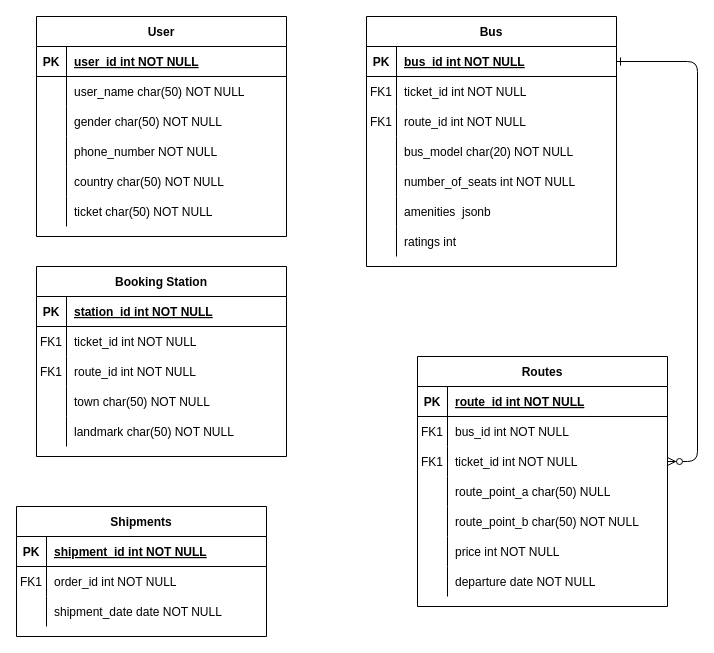
Earlier version of the draw.io diagram Untitled Diagram.drawio (SimonGideon/CODSOFT). Source tidied: cells renumbered, new cells numbered last; positions are measured from the earlier drawing's top-left corner, leaving out a move shared by most shapes. Both pictures are drawn from the tidied source at 100%, with x=0, y=0 at pixel (16, 16).
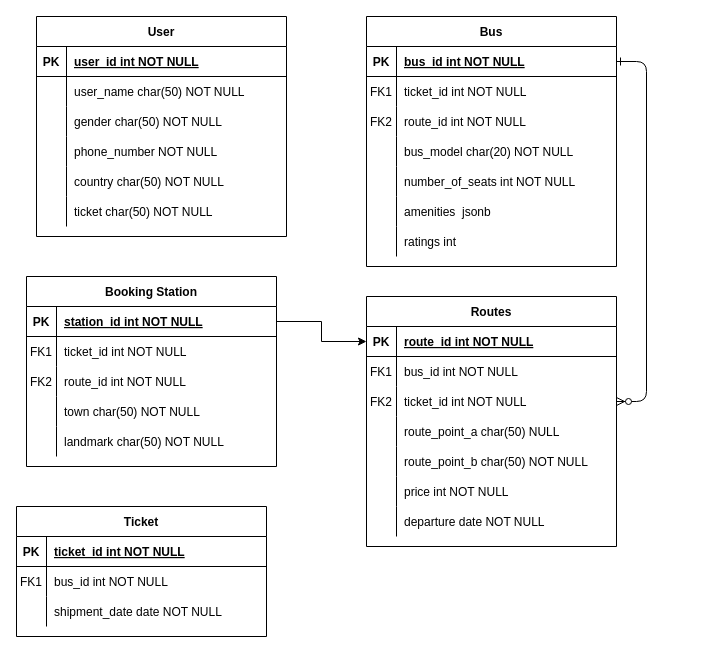
After the change.

Commit message:
Add booking station

Unchanged cells that the change refers to:
```xml
<mxCell id="10" style="shape=partialRectangle;fillColor=none;top=0;left=0;right=0;bottom=0;" parent="3" vertex="1">
  <mxGeometry y="90" width="250" height="30" as="geometry" />
</mxCell>
<mxCell id="26" style="shape=partialRectangle;fillColor=none;points=[[0,0.5],[1,0.5]];portConstraint=eastwest;top=0;left=0;right=0;bottom=1;" parent="25" vertex="1">
  <mxGeometry y="30" width="250" height="30" as="geometry" />
</mxCell>
<mxCell id="32" style="shape=partialRectangle;fillColor=none;points=[[0,0.5],[1,0.5]];portConstraint=eastwest;top=0;left=0;right=0;bottom=0;" parent="25" vertex="1">
  <mxGeometry y="90" width="250" height="30" as="geometry" />
</mxCell>
<mxCell id="67" style="shape=partialRectangle;fillColor=none;points=[[0,0.5],[1,0.5]];portConstraint=eastwest;top=0;left=0;right=0;bottom=1;" parent="66" vertex="1">
  <mxGeometry y="30" width="250" height="30" as="geometry" />
</mxCell>
<mxCell id="73" style="shape=partialRectangle;fillColor=none;top=0;left=0;right=0;bottom=0;" parent="66" vertex="1">
  <mxGeometry y="90" width="250" height="30" as="geometry" />
</mxCell>
<mxCell id="83" style="shape=partialRectangle;fillColor=none;top=0;left=0;right=0;bottom=1;" parent="82" vertex="1">
  <mxGeometry y="30" width="250" height="30" as="geometry" />
</mxCell>
<mxCell id="86" style="shape=partialRectangle;fillColor=none;top=0;left=0;right=0;bottom=0;" parent="82" vertex="1">
  <mxGeometry y="60" width="250" height="30" as="geometry" />
</mxCell>
```

The edit, as a diff of the source:
```diff
@@
-    <mxCell id="11" value="FK1" style="shape=partialRectangle;overflow=hidden;fillColor=none;top=0;left=0;bottom=0;right=0;" parent="10" vertex="1">
+    <mxCell id="11" value="FK2" style="shape=partialRectangle;overflow=hidden;fillColor=none;top=0;left=0;bottom=0;right=0;" parent="10" vertex="1">
       <mxGeometry width="30" height="30" as="geometry" />
     </mxCell>
@@
     <mxCell id="25" value="Routes" style="shape=table;startSize=30;childLayout=tableLayout;rowLines=0;fontStyle=1;align=center;" parent="1" vertex="1">
-      <mxGeometry x="401" y="340" width="250" height="250" as="geometry" />
+      <mxGeometry x="350" y="280" width="250" height="250" as="geometry" />
     </mxCell>
@@
-    <mxCell id="33" value="FK1" style="shape=partialRectangle;overflow=hidden;fillColor=none;top=0;left=0;bottom=0;right=0;" parent="32" vertex="1">
+    <mxCell id="33" value="FK2" style="shape=partialRectangle;overflow=hidden;fillColor=none;top=0;left=0;bottom=0;right=0;" parent="32" vertex="1">
       <mxGeometry width="30" height="30" as="geometry" />
     </mxCell>
@@
     <mxCell id="66" value="Booking Station" style="shape=table;startSize=30;childLayout=tableLayout;rowLines=0;fontStyle=1;align=center;" parent="1" vertex="1">
-      <mxGeometry x="20" y="250" width="250" height="190" as="geometry" />
+      <mxGeometry x="10" y="260" width="250" height="190" as="geometry" />
     </mxCell>
@@
-    <mxCell id="74" value="FK1" style="shape=partialRectangle;overflow=hidden;fillColor=none;top=0;left=0;bottom=0;right=0;" parent="73" vertex="1">
+    <mxCell id="74" value="FK2" style="shape=partialRectangle;overflow=hidden;fillColor=none;top=0;left=0;bottom=0;right=0;" parent="73" vertex="1">
       <mxGeometry width="30" height="30" as="geometry" />
     </mxCell>
@@
-    <mxCell id="82" value="Shipments" style="shape=table;startSize=30;childLayout=tableLayout;rowLines=0;fontStyle=1;align=center;" parent="1" vertex="1">
+    <mxCell id="82" value="Ticket" style="shape=table;startSize=30;childLayout=tableLayout;rowLines=0;fontStyle=1;align=center;" parent="1" vertex="1">
       <mxGeometry y="490" width="250" height="130" as="geometry" />
     </mxCell>
@@
-    <mxCell id="85" value="shipment_id int NOT NULL " style="shape=partialRectangle;overflow=hidden;fillColor=none;top=0;left=0;bottom=0;right=0;align=left;spacingLeft=6;fontStyle=5;" parent="83" vertex="1">
+    <mxCell id="85" value="ticket_id int NOT NULL " style="shape=partialRectangle;overflow=hidden;fillColor=none;top=0;left=0;bottom=0;right=0;align=left;spacingLeft=6;fontStyle=5;" parent="83" vertex="1">
       <mxGeometry x="30" width="220" height="30" as="geometry" />
     </mxCell>
@@
-    <mxCell id="88" value="order_id int NOT NULL" style="shape=partialRectangle;overflow=hidden;fillColor=none;top=0;left=0;bottom=0;right=0;align=left;spacingLeft=6;" parent="86" vertex="1">
+    <mxCell id="88" value="bus_id int NOT NULL" style="shape=partialRectangle;overflow=hidden;fillColor=none;top=0;left=0;bottom=0;right=0;align=left;spacingLeft=6;" parent="86" vertex="1">
       <mxGeometry x="30" width="220" height="30" as="geometry" />
     </mxCell>
@@
+    <mxCell id="92" style="edgeStyle=orthogonalEdgeStyle;rounded=0;jettySize=auto;html=1;exitX=1;exitY=0.5;exitDx=0;exitDy=0;entryX=0;entryY=0.5;entryDx=0;entryDy=0;" parent="1" edge="1" source="67" target="26">
+      <mxGeometry relative="1" as="geometry" />
+    </mxCell>
```
